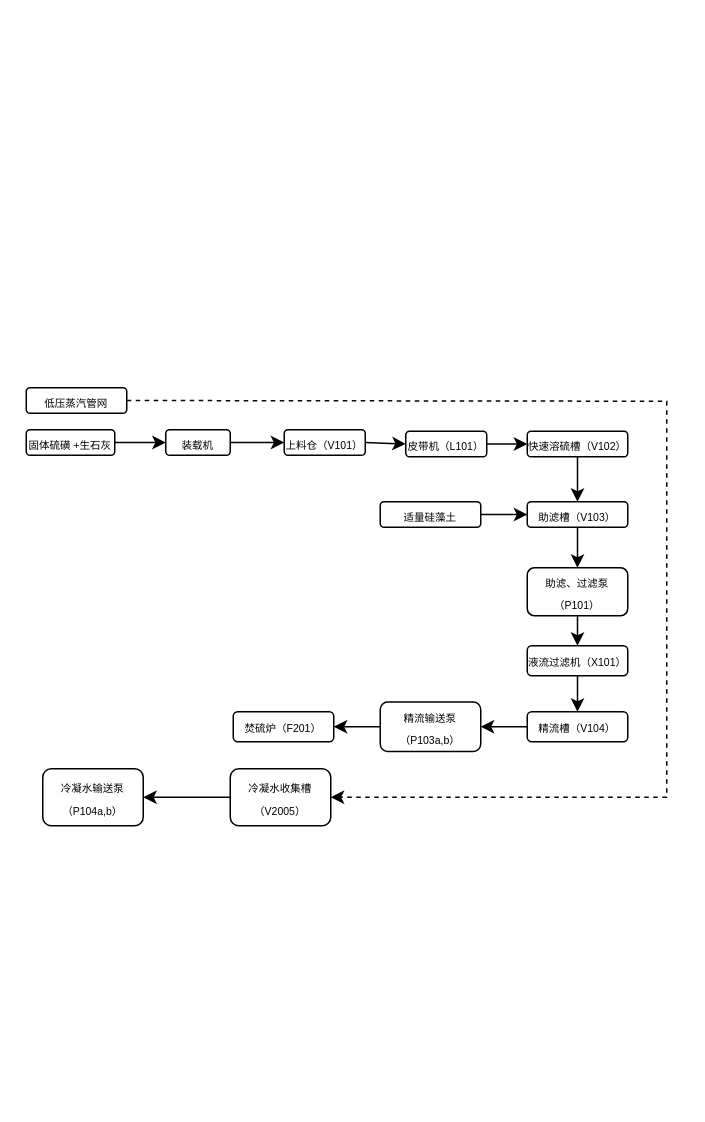
KNAI-I/test keeps this draw.io diagram as page "熔硫" (1 of 3) of dcs.drawio. Above is the earlier version. Source tidied: cells renumbered, new cells numbered last; positions are measured from the earlier drawing's top-left corner, leaving out a move shared by most shapes. Both pictures are drawn from the tidied source at 150%, with x=0, y=0 at pixel (26, 387).
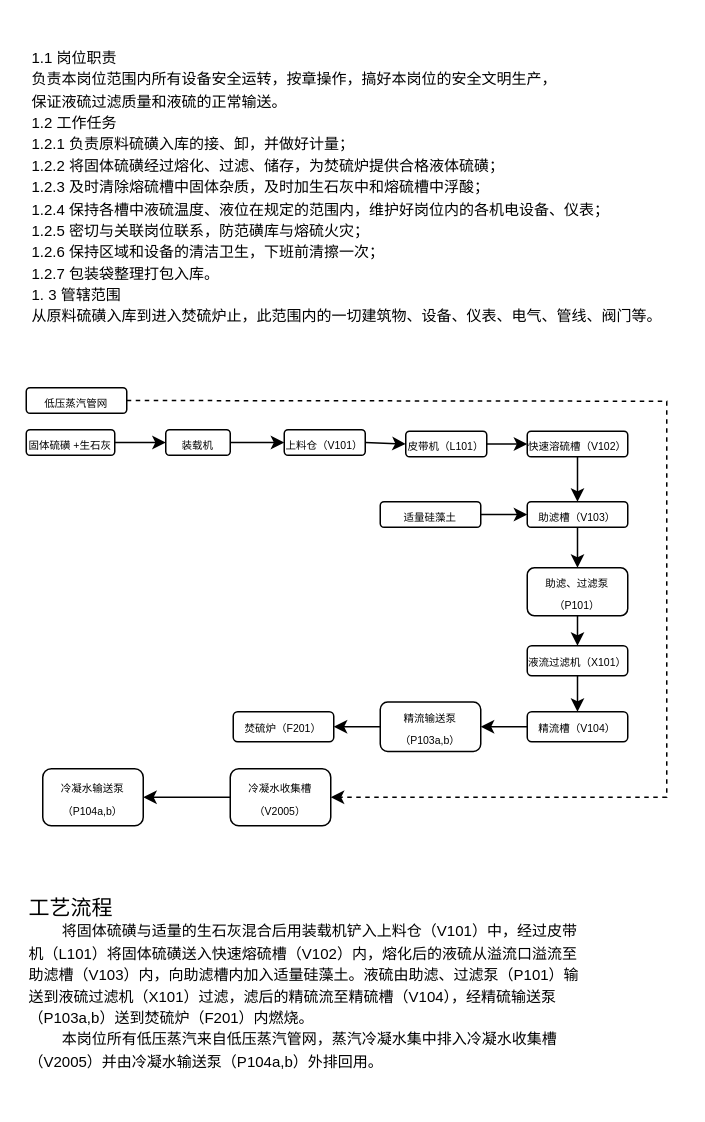
The same page after the edit.

The edit, as a diff of the source:
```diff
@@
+    <mxCell id="30" value="&lt;div&gt;&lt;span style=&quot;font-family: SimSun;&quot;&gt;&lt;font style=&quot;font-size: 10px;&quot;&gt;1.1 岗位职责&lt;br&gt;&lt;/font&gt;&lt;/span&gt;&lt;/div&gt;&lt;div&gt;&lt;span style=&quot;font-family: SimSun;&quot;&gt;&lt;font style=&quot;font-size: 10px;&quot;&gt;负责本岗位范围内所有设备安全运转，按章操作，搞好本岗位的安全文明生产，&lt;br&gt;&lt;/font&gt;&lt;/span&gt;&lt;/div&gt;&lt;div&gt;&lt;span style=&quot;font-family: SimSun;&quot;&gt;&lt;font style=&quot;font-size: 10px;&quot;&gt;保证液硫过滤质量和液硫的正常输送。&lt;br&gt;&lt;/font&gt;&lt;/span&gt;&lt;/div&gt;&lt;div&gt;&lt;span style=&quot;font-family: SimSun;&quot;&gt;&lt;font style=&quot;font-size: 10px;&quot;&gt;1.2 工作任务&lt;br&gt;&lt;/font&gt;&lt;/span&gt;&lt;/div&gt;&lt;div&gt;&lt;span style=&quot;font-family: SimSun;&quot;&gt;&lt;font style=&quot;font-size: 10px;&quot;&gt;1.2.1 负责原料硫磺入库的接、卸，并做好计量；&lt;br&gt;&lt;/font&gt;&lt;/span&gt;&lt;/div&gt;&lt;div&gt;&lt;span style=&quot;font-family: SimSun;&quot;&gt;&lt;font style=&quot;font-size: 10px;&quot;&gt;1.2.2 将固体硫磺经过熔化、过滤、储存，为焚硫炉提供合格液体硫磺；&lt;br&gt;&lt;/font&gt;&lt;/span&gt;&lt;/div&gt;&lt;div&gt;&lt;span style=&quot;font-family: SimSun;&quot;&gt;&lt;font style=&quot;font-size: 10px;&quot;&gt;1.2.3 及时清除熔硫槽中固体杂质，及时加生石灰中和熔硫槽中浮酸；&lt;br&gt;&lt;/font&gt;&lt;/span&gt;&lt;/div&gt;&lt;div&gt;&lt;span style=&quot;font-family: SimSun;&quot;&gt;&lt;font style=&quot;font-size: 10px;&quot;&gt;1.2.4 保持各槽中液硫温度、液位在规定的范围内，维护好岗位内的各机电设&lt;/font&gt;&lt;/span&gt;&lt;span style=&quot;font-size: 10px; font-family: SimSun; background-color: transparent; color: light-dark(rgb(0, 0, 0), rgb(255, 255, 255));&quot;&gt;备、仪表；&lt;/span&gt;&lt;/div&gt;&lt;div&gt;&lt;span style=&quot;font-family: SimSun;&quot;&gt;&lt;font style=&quot;font-size: 10px;&quot;&gt;1.2.5 密切与关联岗位联系，防范磺库与熔硫火灾；&lt;br&gt;&lt;/font&gt;&lt;/span&gt;&lt;/div&gt;&lt;div style=&quot;&quot;&gt;&lt;span style=&quot;font-family: SimSun;&quot;&gt;&lt;font style=&quot;font-size: 10px;&quot;&gt;1.2.6 保持区域和设备的清洁卫生，下班前清擦一次；&lt;br&gt;&lt;/font&gt;&lt;/span&gt;&lt;/div&gt;&lt;div&gt;&lt;span style=&quot;font-family: SimSun;&quot;&gt;&lt;font style=&quot;font-size: 10px;&quot;&gt;1.2.7 包装袋整理打包入库。&lt;br&gt;&lt;/font&gt;&lt;/span&gt;&lt;/div&gt;&lt;div&gt;&lt;span style=&quot;font-family: SimSun;&quot;&gt;&lt;font style=&quot;font-size: 10px;&quot;&gt;1. 3 管辖范围&lt;br&gt;&lt;/font&gt;&lt;/span&gt;&lt;/div&gt;&lt;div&gt;&lt;span style=&quot;font-family: SimSun;&quot;&gt;&lt;font style=&quot;font-size: 10px;&quot;&gt;从原料硫磺入库到进入焚硫炉止，此范围内的一切建筑物、设备、仪表、电气、&lt;/font&gt;&lt;/span&gt;&lt;span style=&quot;font-size: 10px; font-family: SimSun; background-color: transparent; color: light-dark(rgb(0, 0, 0), rgb(255, 255, 255));&quot;&gt;管线、阀门等。&amp;nbsp;&lt;/span&gt;&lt;/div&gt;&lt;div&gt;&lt;br&gt;&lt;/div&gt;" style="text;html=1;align=left;verticalAlign=middle;whiteSpace=wrap;rounded=0;" parent="1" vertex="1">
+      <mxGeometry x="2" y="-241" width="431.5" height="227" as="geometry" />
+    </mxCell>
+    <mxCell id="31" value="&lt;div&gt;&lt;font style=&quot;font-size: 14px;&quot;&gt;工艺流程&lt;/font&gt;&lt;br&gt;&lt;div&gt;&lt;span style=&quot;font-family: SimSun;&quot;&gt;&lt;font style=&quot;font-size: 10px;&quot;&gt;&lt;span style=&quot;white-space: pre;&quot;&gt;&#9;&lt;/span&gt;将固体硫磺与适量的生石灰混合后用装载机铲入上料仓（V101）中，经过皮带&lt;br&gt;&lt;/font&gt;&lt;/span&gt;&lt;/div&gt;&lt;div&gt;&lt;span style=&quot;font-family: SimSun;&quot;&gt;&lt;font style=&quot;font-size: 10px;&quot;&gt;机（L101）将固体硫磺送入快速熔硫槽（V102）内，熔化后的液硫从溢流口溢流至&lt;br&gt;&lt;/font&gt;&lt;/span&gt;&lt;/div&gt;&lt;div&gt;&lt;span style=&quot;font-family: SimSun;&quot;&gt;&lt;font style=&quot;font-size: 10px;&quot;&gt;助滤槽（V103）内，向助滤槽内加入适量硅藻土。液硫由助滤、过滤泵（P101）输&lt;br&gt;&lt;/font&gt;&lt;/span&gt;&lt;/div&gt;&lt;div&gt;&lt;span style=&quot;font-family: SimSun;&quot;&gt;&lt;font style=&quot;font-size: 10px;&quot;&gt;送到液硫过滤机（X101）过滤，滤后的精硫流至精硫槽（V104），经精硫输送泵&lt;br&gt;&lt;/font&gt;&lt;/span&gt;&lt;/div&gt;&lt;div&gt;&lt;span style=&quot;font-family: SimSun;&quot;&gt;&lt;font style=&quot;font-size: 10px;&quot;&gt;（P103a,b）送到焚硫炉（F201）内燃烧。&lt;br&gt;&lt;/font&gt;&lt;/span&gt;&lt;/div&gt;&lt;div&gt;&lt;span style=&quot;font-family: SimSun;&quot;&gt;&lt;font style=&quot;font-size: 10px;&quot;&gt;&lt;span style=&quot;white-space: pre;&quot;&gt;&#9;&lt;/span&gt;本岗位所有低压蒸汽来自低压蒸汽管网，蒸汽冷凝水集中排入冷凝水收集槽&lt;br&gt;&lt;/font&gt;&lt;/span&gt;&lt;/div&gt;&lt;div&gt;&lt;span style=&quot;font-family: SimSun;&quot;&gt;&lt;font style=&quot;font-size: 10px;&quot;&gt;（V2005）并由冷凝水输送泵（P104a,b）外排回用。&lt;/font&gt;&lt;/span&gt;&lt;/div&gt;&lt;br&gt;&lt;/div&gt;" style="text;html=1;align=left;verticalAlign=middle;whiteSpace=wrap;rounded=0;" parent="1" vertex="1">
+      <mxGeometry y="335" width="378" height="138" as="geometry" />
+    </mxCell>
```
